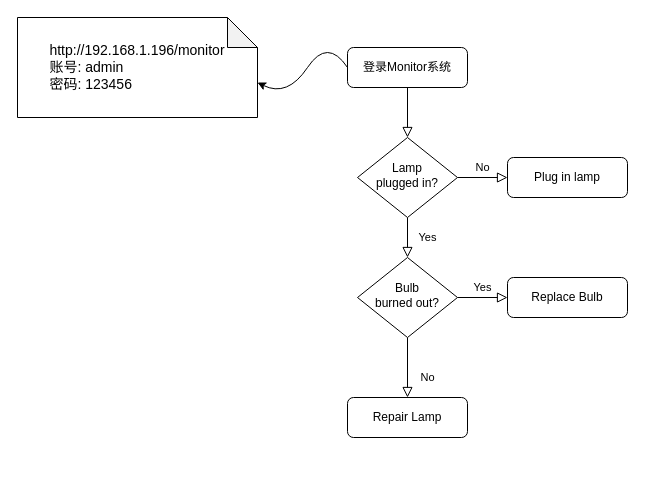
Before: 参数下载.drawio in AgonyCarl/frank.github.io, a draw.io diagram. Source tidied: cells renumbered, new cells numbered last; positions are measured from the earlier drawing's top-left corner, leaving out a move shared by most shapes. Both pictures are drawn from the tidied source at 100%, with x=0, y=0 at pixel (17, 17).
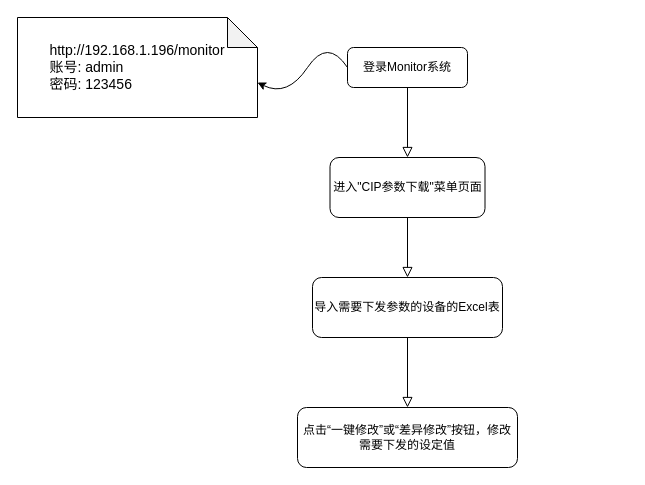
The same page after the edit.

Commit message (it also covers changes not shown here):
更新参数下载.drawio

Change to the diagram source:
```diff
@@
 <mxGraphModel>
   <root>
     <mxCell id="0" />
     <mxCell id="1" parent="0" />
-    <mxCell id="2" style="rounded=0;html=1;jettySize=auto;fontSize=11;endArrow=block;endFill=0;endSize=8;strokeWidth=1;shadow=0;labelBackgroundColor=none;edgeStyle=orthogonalEdgeStyle;" parent="1" edge="1" source="3" target="6">
-      <mxGeometry relative="1" as="geometry" />
-    </mxCell>
+    <mxCell id="15" style="edgeStyle=orthogonalEdgeStyle;rounded=0;jettySize=auto;html=1;endArrow=block;endFill=0;endSize=8;" parent="1" edge="1" source="3" target="17">
+      <mxGeometry relative="1" as="geometry" />
+    </mxCell>
     <mxCell id="3" value="登录Monitor系统" style="rounded=1;whiteSpace=wrap;html=1;fontSize=12;glass=0;strokeWidth=1;shadow=0;" parent="1" vertex="1">
       <mxGeometry x="330" y="30" width="120" height="40" as="geometry" />
     </mxCell>
-    <mxCell id="4" value="Yes" style="rounded=0;html=1;jettySize=auto;fontSize=11;endArrow=block;endFill=0;endSize=8;strokeWidth=1;shadow=0;labelBackgroundColor=none;edgeStyle=orthogonalEdgeStyle;" parent="1" edge="1" source="6" target="10">
-      <mxGeometry y="20" relative="1" as="geometry" />
-    </mxCell>
-    <mxCell id="5" value="No" style="edgeStyle=orthogonalEdgeStyle;rounded=0;html=1;jettySize=auto;fontSize=11;endArrow=block;endFill=0;endSize=8;strokeWidth=1;shadow=0;labelBackgroundColor=none;" parent="1" edge="1" source="6" target="7">
-      <mxGeometry y="10" relative="1" as="geometry" />
-    </mxCell>
-    <mxCell id="6" value="Lamp&lt;br&gt;plugged in?" style="rhombus;whiteSpace=wrap;html=1;shadow=0;fontFamily=Helvetica;fontSize=12;align=center;strokeWidth=1;spacing=6;spacingTop=-4;" parent="1" vertex="1">
-      <mxGeometry x="340" y="120" width="100" height="80" as="geometry" />
-    </mxCell>
-    <mxCell id="7" value="Plug in lamp" style="rounded=1;whiteSpace=wrap;html=1;fontSize=12;glass=0;strokeWidth=1;shadow=0;" parent="1" vertex="1">
-      <mxGeometry x="490" y="140" width="120" height="40" as="geometry" />
-    </mxCell>
-    <mxCell id="8" value="No" style="rounded=0;html=1;jettySize=auto;fontSize=11;endArrow=block;endFill=0;endSize=8;strokeWidth=1;shadow=0;labelBackgroundColor=none;edgeStyle=orthogonalEdgeStyle;" parent="1" edge="1" source="10" target="11">
-      <mxGeometry x="0.33" y="20" relative="1" as="geometry" />
-    </mxCell>
-    <mxCell id="9" value="Yes" style="edgeStyle=orthogonalEdgeStyle;rounded=0;html=1;jettySize=auto;fontSize=11;endArrow=block;endFill=0;endSize=8;strokeWidth=1;shadow=0;labelBackgroundColor=none;" parent="1" edge="1" source="10" target="12">
-      <mxGeometry y="10" relative="1" as="geometry" />
-    </mxCell>
-    <mxCell id="10" value="Bulb&lt;br&gt;burned out?" style="rhombus;whiteSpace=wrap;html=1;shadow=0;fontFamily=Helvetica;fontSize=12;align=center;strokeWidth=1;spacing=6;spacingTop=-4;" parent="1" vertex="1">
-      <mxGeometry x="340" y="240" width="100" height="80" as="geometry" />
-    </mxCell>
-    <mxCell id="11" value="Repair Lamp" style="rounded=1;whiteSpace=wrap;html=1;fontSize=12;glass=0;strokeWidth=1;shadow=0;" parent="1" vertex="1">
-      <mxGeometry x="330" y="380" width="120" height="40" as="geometry" />
-    </mxCell>
-    <mxCell id="12" value="Replace Bulb" style="rounded=1;whiteSpace=wrap;html=1;fontSize=12;glass=0;strokeWidth=1;shadow=0;" parent="1" vertex="1">
-      <mxGeometry x="490" y="260" width="120" height="40" as="geometry" />
-    </mxCell>
     <mxCell id="13" value="&lt;div style=&quot;text-align: justify; font-size: 14px;&quot;&gt;&lt;font style=&quot;font-size: 14px;&quot;&gt;http://192.168.1.196/monitor&lt;/font&gt;&lt;/div&gt;&lt;div style=&quot;text-align: justify; font-size: 14px;&quot;&gt;&lt;font style=&quot;font-size: 14px;&quot;&gt;账号: admin&lt;/font&gt;&lt;/div&gt;&lt;div style=&quot;text-align: justify; font-size: 14px;&quot;&gt;&lt;font style=&quot;font-size: 14px;&quot;&gt;密码: 123456&lt;/font&gt;&lt;/div&gt;" style="shape=note;whiteSpace=wrap;html=1;backgroundOutline=1;darkOpacity=0.05;" parent="1" vertex="1">
       <mxGeometry width="240" height="100" as="geometry" />
     </mxCell>
     <mxCell id="14" style="curved=1;endArrow=classic;html=1;rounded=0;exitX=0;exitY=0.5;exitDx=0;exitDy=0;entryX=0;entryY=0;entryDx=240;entryDy=65;entryPerimeter=0;" parent="1" edge="1" source="3" target="13">
       <mxGeometry relative="1" as="geometry">
         <Array as="points">
           <mxPoint x="310" y="20" />
           <mxPoint x="270" y="80" />
         </Array>
       </mxGeometry>
     </mxCell>
+    <mxCell id="16" style="edgeStyle=orthogonalEdgeStyle;shape=connector;rounded=0;jettySize=auto;html=1;strokeColor=default;align=center;verticalAlign=middle;fontFamily=Helvetica;fontSize=11;fontColor=default;labelBackgroundColor=default;endArrow=block;endFill=0;endSize=8;" parent="1" edge="1" source="17" target="19">
+      <mxGeometry relative="1" as="geometry" />
+    </mxCell>
+    <mxCell id="17" value="进入&quot;CIP参数下载&quot;菜单页面" style="whiteSpace=wrap;html=1;rounded=1;glass=0;strokeWidth=1;shadow=0;" parent="1" vertex="1">
+      <mxGeometry x="312.5" y="140" width="155" height="60" as="geometry" />
+    </mxCell>
+    <mxCell id="18" style="edgeStyle=orthogonalEdgeStyle;shape=connector;rounded=0;jettySize=auto;html=1;strokeColor=default;align=center;verticalAlign=middle;fontFamily=Helvetica;fontSize=11;fontColor=default;labelBackgroundColor=default;endArrow=block;endFill=0;endSize=8;" parent="1" edge="1" source="19" target="20">
+      <mxGeometry relative="1" as="geometry" />
+    </mxCell>
+    <mxCell id="19" value="导入需要下发参数的设备的Excel表" style="whiteSpace=wrap;html=1;rounded=1;glass=0;strokeWidth=1;shadow=0;" parent="1" vertex="1">
+      <mxGeometry x="295" y="260" width="190" height="60" as="geometry" />
+    </mxCell>
+    <mxCell id="20" value="点击“一键修改”或“差异修改”按钮，修改需要下发的设定值" style="whiteSpace=wrap;html=1;rounded=1;glass=0;strokeWidth=1;shadow=0;" parent="1" vertex="1">
+      <mxGeometry x="280" y="390" width="220" height="60" as="geometry" />
+    </mxCell>
   </root>
 </mxGraphModel>
```
